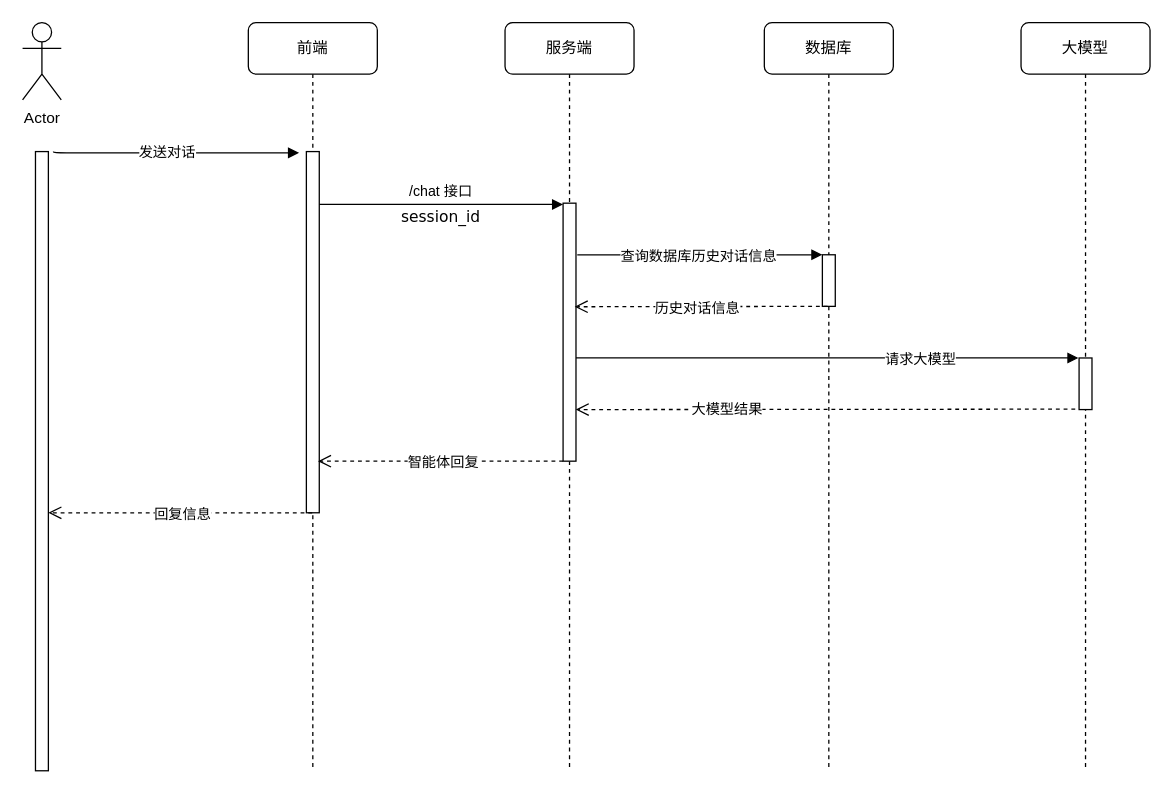
The draw.io diagram agent-用户对话时序图.drawio in huaxiaojilzg/workflow_draw, before the edit. Source tidied: cells renumbered, new cells numbered last; positions are measured from the earlier drawing's top-left corner, leaving out a move shared by most shapes. Both pictures are drawn from the tidied source at 129%, with x=0, y=0 at pixel (22, 22).
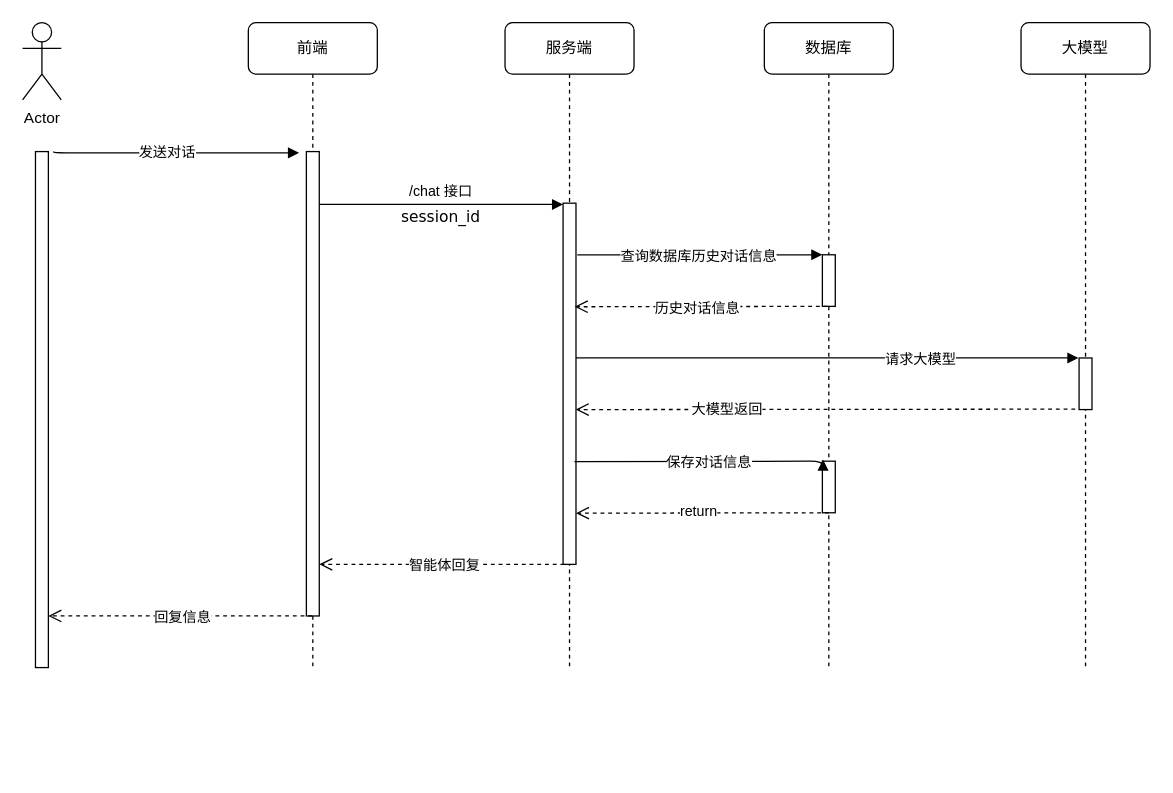
The same diagram, later.

Commit message:
更新agent-用户对话时序图.drawio

Unchanged cells that the change refers to:
```xml
<mxCell id="18" style="html=1;verticalAlign=bottom;endArrow=open;dashed=1;endSize=8;labelBackgroundColor=none;fontFamily=Verdana;fontSize=12;exitX=-0.299;exitY=0.992;exitDx=0;exitDy=0;exitPerimeter=0;" parent="14" edge="1" source="23">
  <mxGeometry x="-0.18" y="50" relative="1" as="geometry">
    <mxPoint x="-146.2" y="300" as="targetPoint" />
  </mxGeometry>
</mxCell>
```

What changed in the source:
```diff
@@
     <mxCell id="2" value="服务端" style="shape=umlLifeline;perimeter=lifelinePerimeter;whiteSpace=wrap;html=1;rounded=1;shadow=0;comic=0;labelBackgroundColor=none;strokeWidth=1;fontFamily=Verdana;fontSize=12;align=center;" parent="1" vertex="1">
-      <mxGeometry x="374" width="100" height="580" as="geometry" />
+      <mxGeometry x="374" width="100" height="500" as="geometry" />
     </mxCell>
@@
     <mxCell id="5" style="html=1;perimeter=orthogonalPerimeter;rounded=0;shadow=0;comic=0;labelBackgroundColor=none;strokeWidth=1;fontFamily=Verdana;fontSize=12;align=center;" parent="2" vertex="1">
-      <mxGeometry x="45" y="140" width="10" height="200" as="geometry" />
+      <mxGeometry x="45" y="140" width="10" height="280" as="geometry" />
     </mxCell>
@@
     <mxCell id="8" style="html=1;perimeter=orthogonalPerimeter;rounded=0;shadow=0;comic=0;labelBackgroundColor=none;strokeWidth=1;fontFamily=Verdana;fontSize=12;align=center;" parent="1" vertex="1">
-      <mxGeometry x="10" y="100" width="10" height="480" as="geometry" />
+      <mxGeometry x="10" y="100" width="10" height="400" as="geometry" />
     </mxCell>
@@
     <mxCell id="12" value="前端" style="shape=umlLifeline;perimeter=lifelinePerimeter;whiteSpace=wrap;html=1;outlineConnect=0;rounded=1;shadow=0;comic=0;labelBackgroundColor=none;strokeWidth=1;fontFamily=Verdana;fontSize=12;align=center;" parent="1" vertex="1">
-      <mxGeometry x="175" width="100" height="580" as="geometry" />
+      <mxGeometry x="175" width="100" height="500" as="geometry" />
     </mxCell>
     <mxCell id="13" style="html=1;perimeter=orthogonalPerimeter;rounded=0;shadow=0;comic=0;labelBackgroundColor=none;strokeWidth=1;fontFamily=Verdana;fontSize=12;align=center;" parent="12" vertex="1">
-      <mxGeometry x="45" y="100" width="10" height="280" as="geometry" />
+      <mxGeometry x="45" y="100" width="10" height="360" as="geometry" />
     </mxCell>
+    <mxCell id="24" style="html=1;verticalAlign=bottom;endArrow=open;dashed=1;endSize=8;labelBackgroundColor=none;fontFamily=Verdana;fontSize=12;" parent="12" edge="1">
+      <mxGeometry x="-0.18" y="50" relative="1" as="geometry">
+        <mxPoint x="245" y="420" as="sourcePoint" />
+        <mxPoint x="55" y="420" as="targetPoint" />
+      </mxGeometry>
+    </mxCell>
+    <mxCell id="25" value="智能体回复" style="edgeLabel;html=1;align=center;verticalAlign=middle;" parent="24" vertex="1">
+      <mxGeometry x="0.04" y="1" relative="1" as="geometry">
+        <mxPoint x="5" y="-1" as="offset" />
+      </mxGeometry>
+    </mxCell>
     <mxCell id="14" value="数据库" style="shape=umlLifeline;perimeter=lifelinePerimeter;whiteSpace=wrap;html=1;rounded=1;shadow=0;comic=0;labelBackgroundColor=none;strokeWidth=1;fontFamily=Verdana;fontSize=12;align=center;" parent="1" vertex="1">
-      <mxGeometry x="575" width="100" height="580" as="geometry" />
+      <mxGeometry x="575" width="100" height="500" as="geometry" />
     </mxCell>
@@
-    <mxCell id="19" value="大模型结果" style="edgeLabel;html=1;align=center;verticalAlign=middle;" parent="18" vertex="1">
+    <mxCell id="19" value="大模型返回" style="edgeLabel;html=1;align=center;verticalAlign=middle;" parent="18" vertex="1">
       <mxGeometry x="0.04" y="1" relative="1" as="geometry">
         <mxPoint x="-70" y="-1" as="offset" />
       </mxGeometry>
     </mxCell>
+    <mxCell id="28" style="html=1;points=[];perimeter=orthogonalPerimeter;rounded=0;shadow=0;comic=0;labelBackgroundColor=none;strokeWidth=1;fontFamily=Verdana;fontSize=12;align=center;" parent="14" vertex="1">
+      <mxGeometry x="45" y="340" width="10" height="40" as="geometry" />
+    </mxCell>
@@
     <mxCell id="22" value="大模型" style="shape=umlLifeline;perimeter=lifelinePerimeter;whiteSpace=wrap;html=1;rounded=1;shadow=0;comic=0;labelBackgroundColor=none;strokeWidth=1;fontFamily=Verdana;fontSize=12;align=center;" parent="1" vertex="1">
-      <mxGeometry x="774" width="100" height="580" as="geometry" />
+      <mxGeometry x="774" width="100" height="500" as="geometry" />
     </mxCell>
@@
-    <mxCell id="24" style="html=1;verticalAlign=bottom;endArrow=open;dashed=1;endSize=8;labelBackgroundColor=none;fontFamily=Verdana;fontSize=12;" parent="1" edge="1">
-      <mxGeometry x="-0.18" y="50" relative="1" as="geometry">
-        <mxPoint x="419" y="340" as="sourcePoint" />
-        <mxPoint x="229" y="340" as="targetPoint" />
-      </mxGeometry>
-    </mxCell>
-    <mxCell id="25" value="智能体回复" style="edgeLabel;html=1;align=center;verticalAlign=middle;" parent="24" vertex="1">
-      <mxGeometry x="0.04" y="1" relative="1" as="geometry">
-        <mxPoint x="5" y="-1" as="offset" />
-      </mxGeometry>
-    </mxCell>
-    <mxCell id="26" style="html=1;verticalAlign=bottom;endArrow=open;dashed=1;endSize=8;labelBackgroundColor=none;fontFamily=Verdana;fontSize=12;" parent="1" edge="1" source="12">
+    <mxCell id="26" style="html=1;verticalAlign=bottom;endArrow=open;dashed=1;endSize=8;labelBackgroundColor=none;fontFamily=Verdana;fontSize=12;" parent="1" edge="1">
       <mxGeometry x="-0.18" y="50" relative="1" as="geometry">
-        <mxPoint x="20" y="380" as="targetPoint" />
+        <mxPoint x="224.5" y="460" as="sourcePoint" />
+        <mxPoint x="20" y="460" as="targetPoint" />
       </mxGeometry>
     </mxCell>
@@
+    <mxCell id="29" style="html=1;verticalAlign=bottom;endArrow=block;labelBackgroundColor=none;fontFamily=Verdana;fontSize=12;edgeStyle=elbowEdgeStyle;elbow=vertical;entryX=0.052;entryY=-0.031;entryDx=0;entryDy=0;entryPerimeter=0;" parent="1" edge="1" target="28">
+      <mxGeometry x="0.06" y="9" relative="1" as="geometry">
+        <mxPoint x="427.8" y="340.3" as="sourcePoint" />
+      </mxGeometry>
+    </mxCell>
+    <mxCell id="30" value="保存对话信息" style="edgeLabel;html=1;align=center;verticalAlign=middle;" parent="29" vertex="1">
+      <mxGeometry x="-0.08" y="1" relative="1" as="geometry">
+        <mxPoint x="15" y="1" as="offset" />
+      </mxGeometry>
+    </mxCell>
+    <mxCell id="31" style="html=1;verticalAlign=bottom;endArrow=open;dashed=1;endSize=8;labelBackgroundColor=none;fontFamily=Verdana;fontSize=12;" parent="1" edge="1">
+      <mxGeometry x="-0.18" y="50" relative="1" as="geometry">
+        <mxPoint x="625" y="380" as="sourcePoint" />
+        <mxPoint x="429" y="380.3" as="targetPoint" />
+      </mxGeometry>
+    </mxCell>
+    <mxCell id="32" value="return" style="edgeLabel;html=1;align=center;verticalAlign=middle;" parent="31" vertex="1">
+      <mxGeometry x="0.04" y="1" relative="1" as="geometry">
+        <mxPoint y="-3" as="offset" />
+      </mxGeometry>
+    </mxCell>
```
